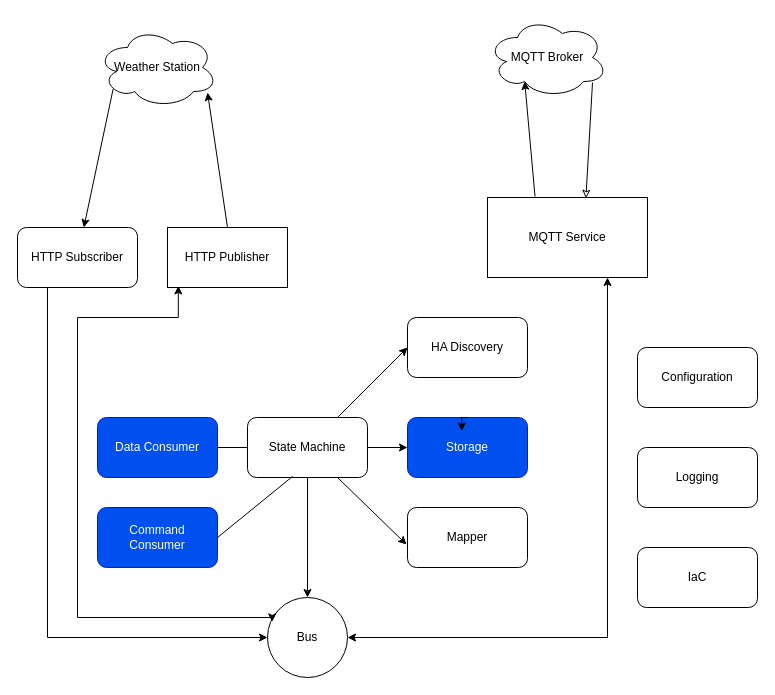
Above: page "Overview" (1 of 4) of diagrams.drawio in mplogas/ecowitt-controller (draw.io), before the change. Source tidied: cells renumbered, new cells numbered last; positions are measured from the earlier drawing's top-left corner, leaving out a move shared by most shapes. Both pictures are drawn from the tidied source at 100%, with x=0, y=0 at pixel (17, 17).
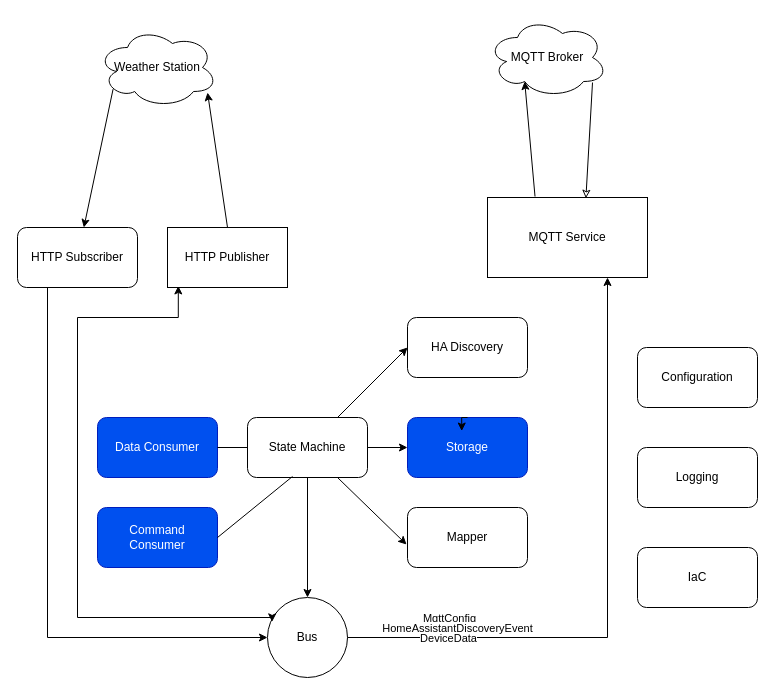
After the change.

Unchanged cells that the change refers to:
```xml
<mxCell id="2" value="MQTT Service" style="rounded=0;whiteSpace=wrap;html=1;" parent="1" vertex="1">
  <mxGeometry x="470" y="180" width="160" height="80" as="geometry" />
</mxCell>
<mxCell id="7" value="Bus" style="ellipse;whiteSpace=wrap;html=1;" parent="1" vertex="1">
  <mxGeometry x="250" y="580" width="80" height="80" as="geometry" />
</mxCell>
```

Change to the diagram source:
```diff
@@
-    <mxCell id="9" style="edgeStyle=orthogonalEdgeStyle;rounded=0;jettySize=auto;html=1;exitX=0.75;exitY=1;exitDx=0;exitDy=0;entryX=1;entryY=0.5;entryDx=0;entryDy=0;startArrow=classic;startFill=1;" parent="1" edge="1" source="2" target="7">
+    <mxCell id="9" style="edgeStyle=orthogonalEdgeStyle;rounded=0;jettySize=auto;html=1;exitX=0.75;exitY=1;exitDx=0;exitDy=0;entryX=1;entryY=0.5;entryDx=0;entryDy=0;startArrow=classic;startFill=1;endArrow=none;endFill=0;" parent="1" edge="1" source="2" target="7">
       <mxGeometry relative="1" as="geometry" />
     </mxCell>
+    <mxCell id="32" value="MqttConfig" style="edgeLabel;html=1;align=center;verticalAlign=middle;" parent="9" vertex="1">
+      <mxGeometry x="0.75" y="-2" relative="1" as="geometry">
+        <mxPoint x="24" y="-18" as="offset" />
+      </mxGeometry>
+    </mxCell>
+    <mxCell id="33" value="HomeAssistantDiscoveryEvent" style="edgeLabel;html=1;align=center;verticalAlign=middle;" parent="9" vertex="1">
+      <mxGeometry x="0.66" y="-3" relative="1" as="geometry">
+        <mxPoint x="4" y="-7" as="offset" />
+      </mxGeometry>
+    </mxCell>
+    <mxCell id="34" value="DeviceData" style="edgeLabel;html=1;align=center;verticalAlign=middle;" parent="9" vertex="1">
+      <mxGeometry x="0.33" y="-3" relative="1" as="geometry">
+        <mxPoint x="-108" y="3" as="offset" />
+      </mxGeometry>
+    </mxCell>
```
